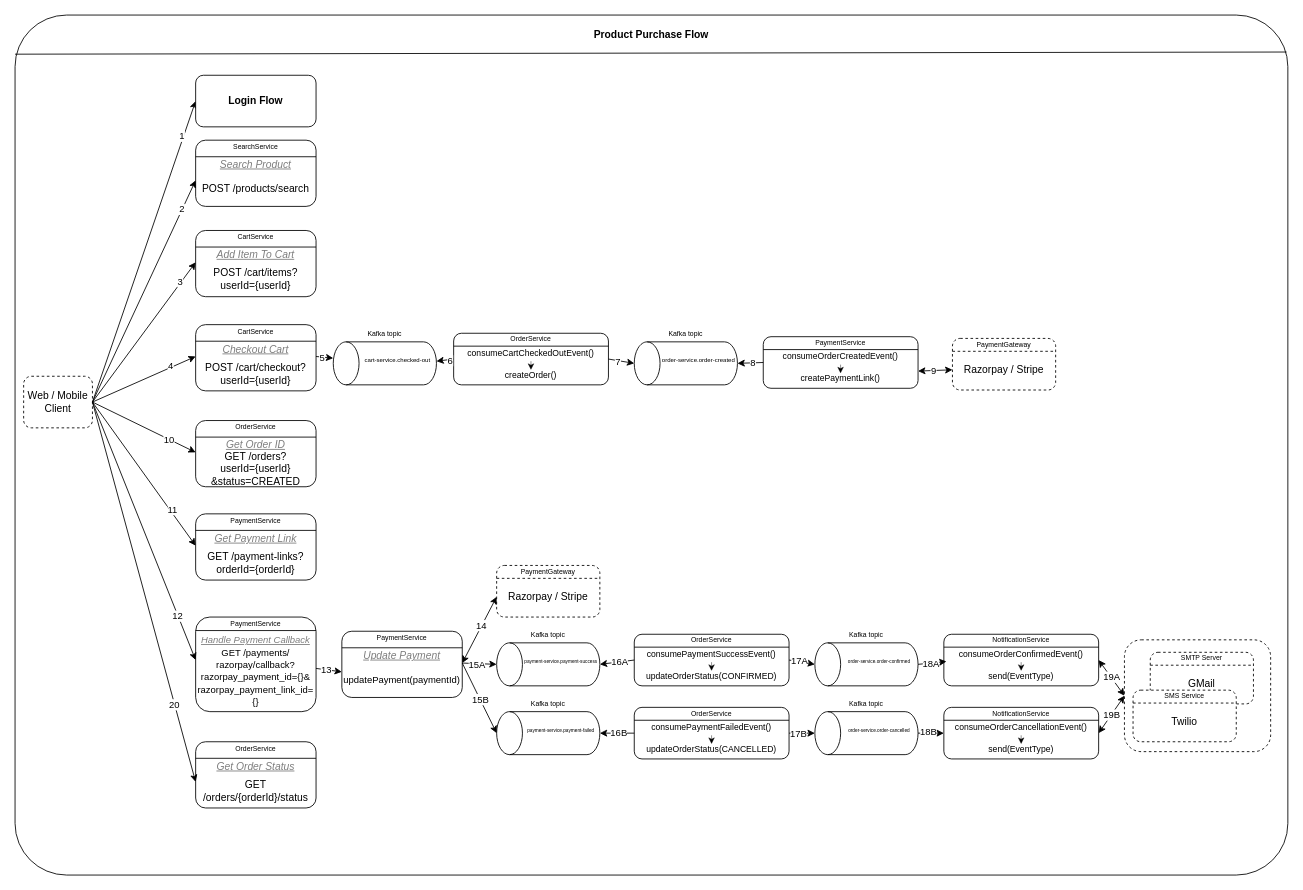
Above: design-docs/high-level-design/data-flows/05-Product-Purchase-Flow.drawio in sridharpatil047/ecom (draw.io), before the change. Source tidied: cells renumbered, new cells numbered last; positions are measured from the earlier drawing's top-left corner, leaving out a move shared by most shapes. Both pictures are drawn from the tidied source at 86%, with x=0, y=0 at pixel (15, 15).
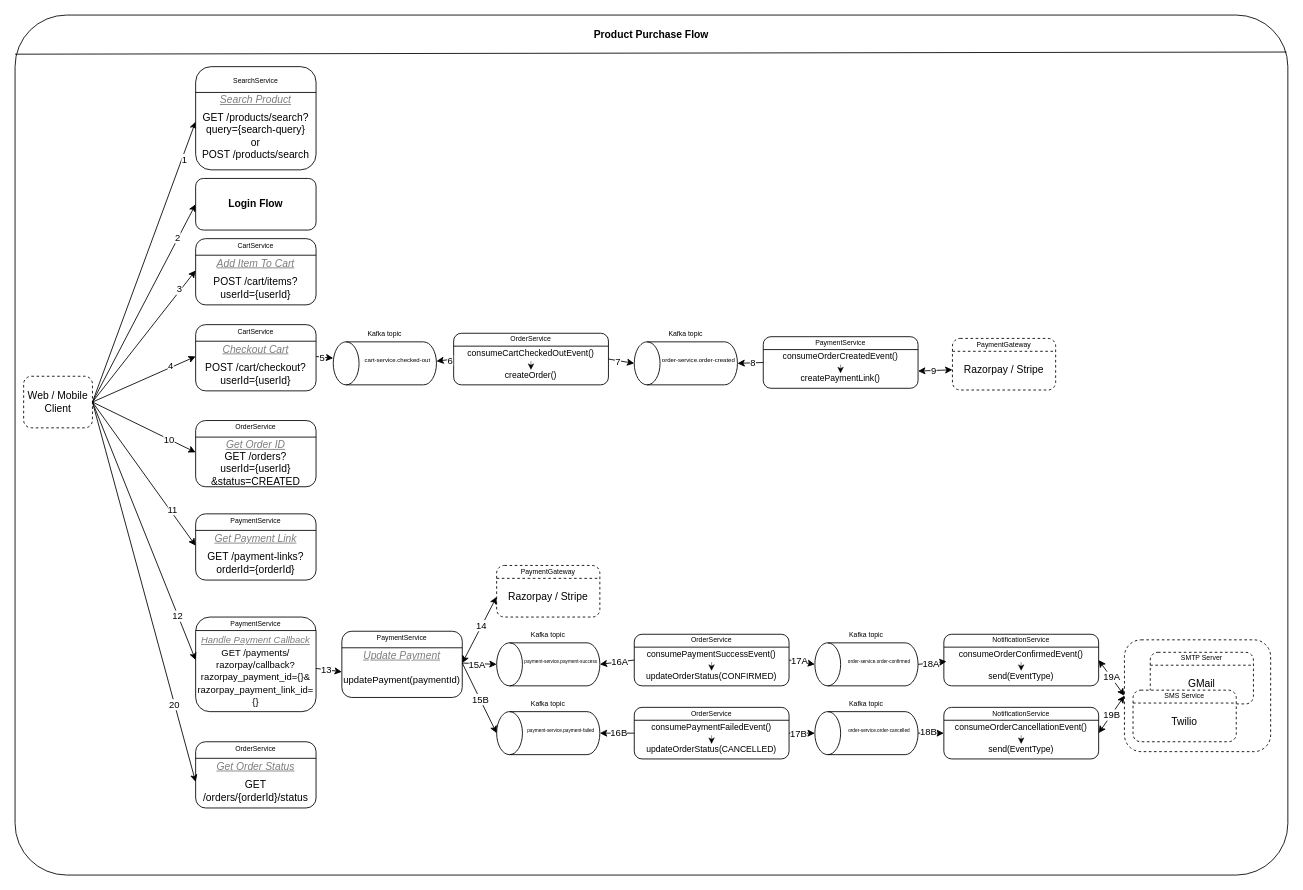
The same diagram, later.

The change refers to these unchanged cells:
```xml
<mxCell id="6" value="Web / Mobile Client" style="rounded=1;whiteSpace=wrap;html=1;dashed=1;" parent="1" vertex="1">
  <mxGeometry x="10" y="420" width="80" height="60" as="geometry" />
</mxCell>
```

What changed in the source:
```diff
@@
-    <mxCell id="7" style="endArrow=classic;html=1;rounded=0;exitX=1;exitY=0.5;exitDx=0;exitDy=0;entryX=0;entryY=0.5;entryDx=0;entryDy=0;" parent="1" edge="1" source="6" target="23">
+    <mxCell id="7" style="endArrow=classic;html=1;rounded=0;exitX=1;exitY=0.5;exitDx=0;exitDy=0;entryX=0;entryY=0.25;entryDx=0;entryDy=0;" parent="1" edge="1" source="6" target="181">
       <mxGeometry relative="1" as="geometry" />
     </mxCell>
     <mxCell id="8" value="1" style="edgeLabel;html=1;align=center;verticalAlign=middle;" parent="7" vertex="1">
-      <mxGeometry x="0.76" y="2" relative="1" as="geometry" />
+      <mxGeometry x="0.74" y="-2" relative="1" as="geometry" />
     </mxCell>
@@
     <mxCell id="11" style="rounded=1;whiteSpace=wrap;html=1;" parent="1" vertex="1">
-      <mxGeometry x="210" y="250.5" width="140" height="77" as="geometry" />
+      <mxGeometry x="210" y="260" width="140" height="77" as="geometry" />
     </mxCell>
@@
     <mxCell id="13" value="CartService" style="text;html=1;align=center;verticalAlign=middle;whiteSpace=wrap;rounded=0;fontSize=8;" parent="1" vertex="1">
-      <mxGeometry x="210" y="251.5" width="140" height="13" as="geometry" />
+      <mxGeometry x="210" y="261" width="140" height="13" as="geometry" />
     </mxCell>
     <mxCell id="14" value="POST /cart/items?userId={userId}" style="text;html=1;align=center;verticalAlign=middle;whiteSpace=wrap;rounded=0;" parent="1" vertex="1">
-      <mxGeometry x="210" y="287.5" width="140" height="39" as="geometry" />
+      <mxGeometry x="210" y="297" width="140" height="39" as="geometry" />
     </mxCell>
     <mxCell id="15" value="&lt;i&gt;&lt;u&gt;Add Item To Cart&lt;/u&gt;&lt;/i&gt;" style="text;html=1;align=center;verticalAlign=middle;whiteSpace=wrap;rounded=0;fillColor=none;gradientColor=none;dashed=1;fontColor=#7D7D7D;" parent="1" vertex="1">
-      <mxGeometry x="210" y="270.5" width="140" height="17" as="geometry" />
+      <mxGeometry x="210" y="280" width="140" height="17" as="geometry" />
     </mxCell>
-    <mxCell id="16" style="rounded=1;whiteSpace=wrap;html=1;" parent="1" vertex="1">
-      <mxGeometry x="210" y="145.5" width="140" height="77" as="geometry" />
-    </mxCell>
-    <mxCell id="17" style="endArrow=none;html=1;rounded=0;exitX=0;exitY=0.25;exitDx=0;exitDy=0;entryX=1;entryY=0.25;entryDx=0;entryDy=0;" parent="1" edge="1" source="16" target="16">
-      <mxGeometry relative="1" as="geometry" />
-    </mxCell>
-    <mxCell id="18" value="SearchService" style="text;html=1;align=center;verticalAlign=middle;whiteSpace=wrap;rounded=0;fontSize=8;" parent="1" vertex="1">
-      <mxGeometry x="210" y="146.5" width="140" height="13" as="geometry" />
-    </mxCell>
-    <mxCell id="19" value="POST /products/search" style="text;html=1;align=center;verticalAlign=middle;whiteSpace=wrap;rounded=0;" parent="1" vertex="1">
-      <mxGeometry x="210" y="182.5" width="140" height="39" as="geometry" />
-    </mxCell>
-    <mxCell id="20" value="&lt;i&gt;&lt;u&gt;Search Product&lt;/u&gt;&lt;/i&gt;" style="text;html=1;align=center;verticalAlign=middle;whiteSpace=wrap;rounded=0;fillColor=none;gradientColor=none;dashed=1;fontColor=#7D7D7D;" parent="1" vertex="1">
-      <mxGeometry x="210" y="165.5" width="140" height="17" as="geometry" />
-    </mxCell>
-    <mxCell id="21" style="group;" parent="1" vertex="1">
-      <mxGeometry x="210" y="70" width="140" height="60" as="geometry" />
-    </mxCell>
-    <mxCell id="22" style="rounded=1;whiteSpace=wrap;html=1;" parent="21" vertex="1">
-      <mxGeometry width="140" height="60" as="geometry" />
-    </mxCell>
-    <mxCell id="23" value="&lt;b&gt;&lt;font style=&quot;font-size: 12px;&quot;&gt;Login Flow&lt;/font&gt;&lt;/b&gt;" style="text;html=1;align=center;verticalAlign=middle;whiteSpace=wrap;rounded=0;fontSize=8;" parent="21" vertex="1">
-      <mxGeometry width="140" height="60" as="geometry" />
-    </mxCell>
@@
-    <mxCell id="118" style="endArrow=classic;html=1;rounded=0;exitX=1;exitY=0.5;exitDx=0;exitDy=0;entryX=0;entryY=0.25;entryDx=0;entryDy=0;" parent="1" edge="1" source="6" target="19">
+    <mxCell id="118" style="endArrow=classic;html=1;rounded=0;exitX=1;exitY=0.5;exitDx=0;exitDy=0;entryX=0;entryY=0.5;entryDx=0;entryDy=0;" parent="1" edge="1" source="6" target="23">
       <mxGeometry relative="1" as="geometry" />
     </mxCell>
     <mxCell id="119" value="2" style="edgeLabel;html=1;align=center;verticalAlign=middle;" parent="118" vertex="1">
-      <mxGeometry x="0.74" y="1" relative="1" as="geometry" />
+      <mxGeometry x="0.66" y="1" relative="1" as="geometry" />
     </mxCell>
@@
+    <mxCell id="179" style="rounded=1;whiteSpace=wrap;html=1;" parent="1" vertex="1">
+      <mxGeometry x="210" y="60" width="140" height="120" as="geometry" />
+    </mxCell>
+    <mxCell id="180" style="endArrow=none;html=1;rounded=0;exitX=0;exitY=0.25;exitDx=0;exitDy=0;entryX=1;entryY=0.25;entryDx=0;entryDy=0;" parent="1" edge="1" source="179" target="179">
+      <mxGeometry relative="1" as="geometry" />
+    </mxCell>
+    <mxCell id="18" value="SearchService" style="text;html=1;align=center;verticalAlign=middle;whiteSpace=wrap;rounded=0;fontSize=8;" parent="1" vertex="1">
+      <mxGeometry x="210" y="70" width="140" height="13" as="geometry" />
+    </mxCell>
+    <mxCell id="181" value="&lt;font&gt;GET /products/search?query={search-query}&lt;/font&gt;&lt;div&gt;&lt;font&gt;or&lt;/font&gt;&lt;/div&gt;&lt;div&gt;&lt;font&gt;POST /products/search&lt;/font&gt;&lt;br&gt;&lt;/div&gt;" style="text;html=1;align=center;verticalAlign=middle;whiteSpace=wrap;rounded=0;" parent="1" vertex="1">
+      <mxGeometry x="210" y="107" width="140" height="67.5" as="geometry" />
+    </mxCell>
+    <mxCell id="20" value="&lt;i&gt;&lt;u&gt;Search Product&lt;/u&gt;&lt;/i&gt;" style="text;html=1;align=center;verticalAlign=middle;whiteSpace=wrap;rounded=0;fillColor=none;gradientColor=none;dashed=1;fontColor=#7D7D7D;" parent="1" vertex="1">
+      <mxGeometry x="210" y="90" width="140" height="17" as="geometry" />
+    </mxCell>
+    <mxCell id="182" style="group;" parent="1" vertex="1">
+      <mxGeometry x="210" y="190" width="140" height="60" as="geometry" />
+    </mxCell>
+    <mxCell id="22" style="rounded=1;whiteSpace=wrap;html=1;" parent="182" vertex="1">
+      <mxGeometry width="140" height="60" as="geometry" />
+    </mxCell>
+    <mxCell id="23" value="&lt;b&gt;&lt;font style=&quot;font-size: 12px;&quot;&gt;Login Flow&lt;/font&gt;&lt;/b&gt;" style="text;html=1;align=center;verticalAlign=middle;whiteSpace=wrap;rounded=0;fontSize=8;" parent="182" vertex="1">
+      <mxGeometry width="140" height="60" as="geometry" />
+    </mxCell>
```
